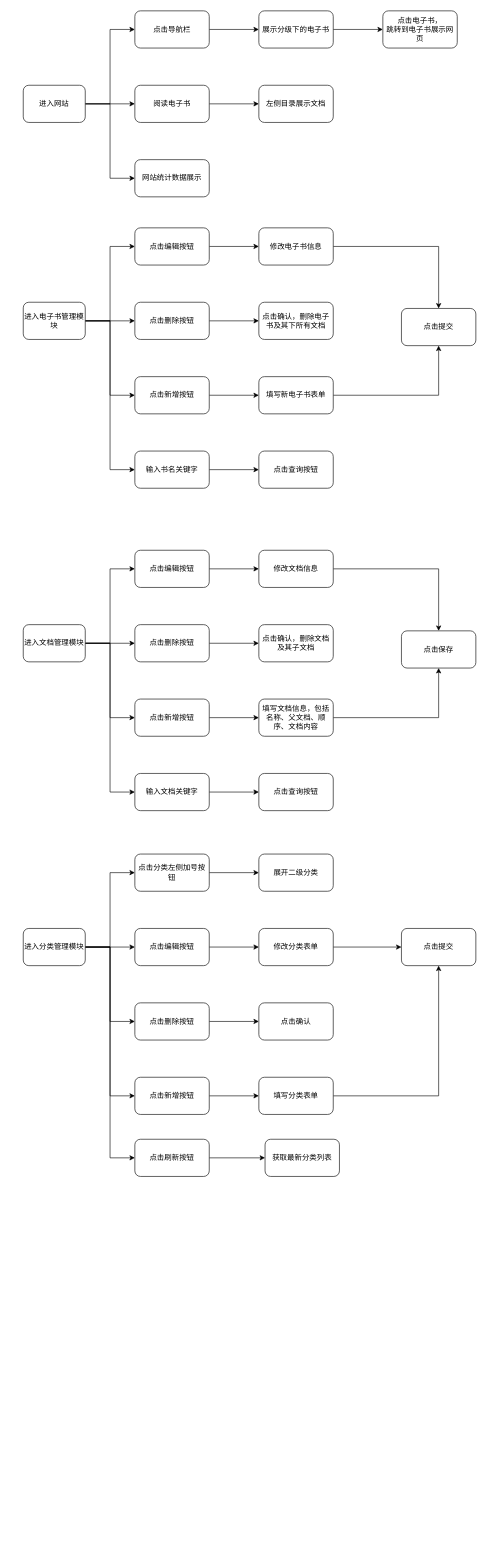
This is 2023-6-21-软工报告4-1.drawio from EM-FF/text, a draw.io file, before an edit. Source tidied: cells renumbered, new cells numbered last; positions are measured from the earlier drawing's top-left corner, leaving out a move shared by most shapes. Both pictures are drawn from the tidied source at 62%, with x=0, y=0 at pixel (23, 11).
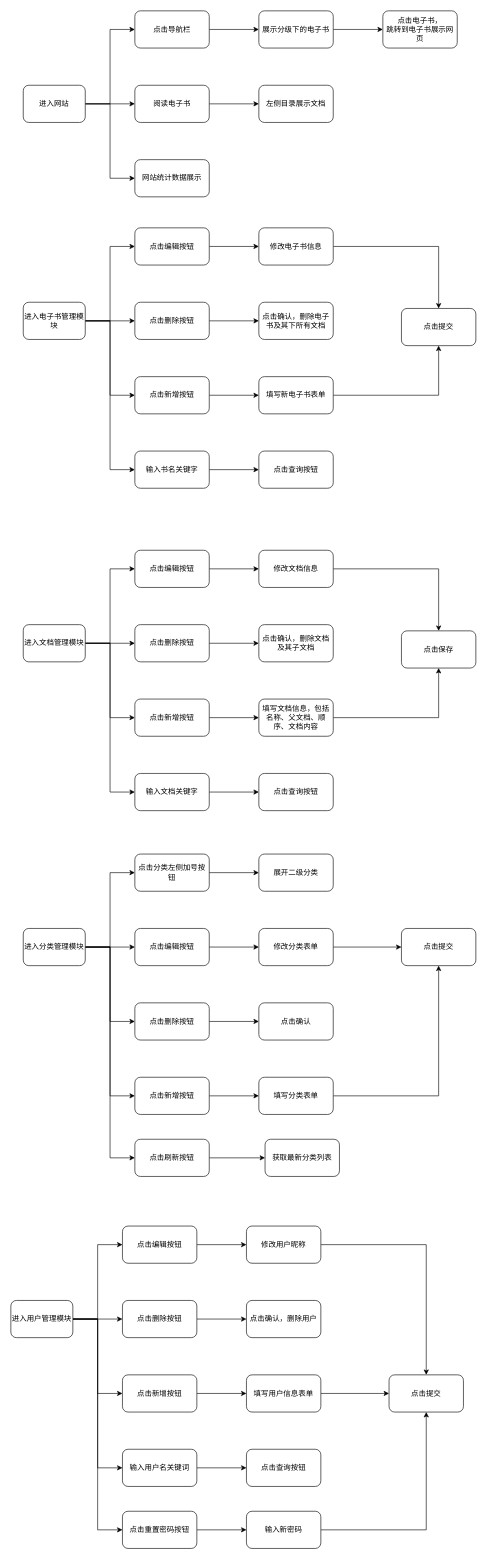
Above is the later version.

Commit message:
更新2023-6-21-软工报告4-1.drawio

What changed in the source:
```diff
@@
+    <mxCell id="79" style="edgeStyle=orthogonalEdgeStyle;rounded=0;jettySize=auto;html=1;entryX=0;entryY=0.5;entryDx=0;entryDy=0;" parent="1" edge="1" source="84" target="86">
+      <mxGeometry relative="1" as="geometry" />
+    </mxCell>
+    <mxCell id="80" style="edgeStyle=orthogonalEdgeStyle;rounded=0;jettySize=auto;html=1;entryX=0;entryY=0.5;entryDx=0;entryDy=0;" parent="1" edge="1" source="84" target="90">
+      <mxGeometry relative="1" as="geometry" />
+    </mxCell>
+    <mxCell id="81" style="edgeStyle=orthogonalEdgeStyle;rounded=0;jettySize=auto;html=1;" parent="1" edge="1" source="84" target="92">
+      <mxGeometry relative="1" as="geometry" />
+    </mxCell>
+    <mxCell id="82" style="edgeStyle=orthogonalEdgeStyle;rounded=0;jettySize=auto;html=1;entryX=0;entryY=0.5;entryDx=0;entryDy=0;" parent="1" edge="1" source="84" target="97">
+      <mxGeometry relative="1" as="geometry" />
+    </mxCell>
+    <mxCell id="83" style="edgeStyle=orthogonalEdgeStyle;rounded=0;jettySize=auto;html=1;entryX=0;entryY=0.5;entryDx=0;entryDy=0;" parent="1" edge="1" source="84" target="101">
+      <mxGeometry relative="1" as="geometry" />
+    </mxCell>
+    <mxCell id="84" value="进入用户管理模块" style="rounded=1;whiteSpace=wrap;html=1;" parent="1" vertex="1">
+      <mxGeometry x="-20" y="2080" width="100" height="60" as="geometry" />
+    </mxCell>
+    <mxCell id="85" style="edgeStyle=orthogonalEdgeStyle;rounded=0;jettySize=auto;html=1;" parent="1" edge="1" source="86" target="88">
+      <mxGeometry relative="1" as="geometry" />
+    </mxCell>
+    <mxCell id="86" value="点击编辑按钮" style="rounded=1;whiteSpace=wrap;html=1;" parent="1" vertex="1">
+      <mxGeometry x="160" y="1960" width="120" height="60" as="geometry" />
+    </mxCell>
+    <mxCell id="87" style="edgeStyle=orthogonalEdgeStyle;rounded=0;jettySize=auto;html=1;entryX=0.5;entryY=0;entryDx=0;entryDy=0;" parent="1" edge="1" source="88" target="99">
+      <mxGeometry relative="1" as="geometry" />
+    </mxCell>
+    <mxCell id="88" value="修改用户昵称" style="whiteSpace=wrap;html=1;rounded=1;" parent="1" vertex="1">
+      <mxGeometry x="360" y="1960" width="120" height="60" as="geometry" />
+    </mxCell>
+    <mxCell id="89" style="edgeStyle=orthogonalEdgeStyle;rounded=0;jettySize=auto;html=1;" parent="1" edge="1" source="90" target="95">
+      <mxGeometry relative="1" as="geometry" />
+    </mxCell>
+    <mxCell id="90" value="点击新增按钮" style="rounded=1;whiteSpace=wrap;html=1;" parent="1" vertex="1">
+      <mxGeometry x="160" y="2200" width="120" height="60" as="geometry" />
+    </mxCell>
+    <mxCell id="91" style="edgeStyle=orthogonalEdgeStyle;rounded=0;jettySize=auto;html=1;" parent="1" edge="1" source="92" target="93">
+      <mxGeometry relative="1" as="geometry" />
+    </mxCell>
+    <mxCell id="92" value="点击删除按钮" style="rounded=1;whiteSpace=wrap;html=1;" parent="1" vertex="1">
+      <mxGeometry x="160" y="2080" width="120" height="60" as="geometry" />
+    </mxCell>
+    <mxCell id="93" value="点击确认，删除用户" style="whiteSpace=wrap;html=1;rounded=1;" parent="1" vertex="1">
+      <mxGeometry x="360" y="2080" width="120" height="60" as="geometry" />
+    </mxCell>
+    <mxCell id="94" style="edgeStyle=orthogonalEdgeStyle;rounded=0;jettySize=auto;html=1;entryX=0;entryY=0.5;entryDx=0;entryDy=0;" parent="1" edge="1" source="95" target="99">
+      <mxGeometry relative="1" as="geometry" />
+    </mxCell>
+    <mxCell id="95" value="填写用户信息表单" style="rounded=1;whiteSpace=wrap;html=1;" parent="1" vertex="1">
+      <mxGeometry x="360" y="2200" width="120" height="60" as="geometry" />
+    </mxCell>
+    <mxCell id="96" style="edgeStyle=orthogonalEdgeStyle;rounded=0;jettySize=auto;html=1;" parent="1" edge="1" source="97" target="98">
+      <mxGeometry relative="1" as="geometry" />
+    </mxCell>
+    <mxCell id="97" value="输入用户名关键词" style="whiteSpace=wrap;html=1;rounded=1;" parent="1" vertex="1">
+      <mxGeometry x="160" y="2320" width="120" height="60" as="geometry" />
+    </mxCell>
+    <mxCell id="98" value="点击查询按钮" style="whiteSpace=wrap;html=1;rounded=1;" parent="1" vertex="1">
+      <mxGeometry x="360" y="2320" width="120" height="60" as="geometry" />
+    </mxCell>
+    <mxCell id="99" value="点击提交" style="rounded=1;whiteSpace=wrap;html=1;" parent="1" vertex="1">
+      <mxGeometry x="590" y="2200" width="120" height="60" as="geometry" />
+    </mxCell>
+    <mxCell id="100" style="edgeStyle=orthogonalEdgeStyle;rounded=0;jettySize=auto;html=1;" parent="1" edge="1" source="101" target="103">
+      <mxGeometry relative="1" as="geometry" />
+    </mxCell>
+    <mxCell id="101" value="点击重置密码按钮" style="whiteSpace=wrap;html=1;rounded=1;" parent="1" vertex="1">
+      <mxGeometry x="160" y="2420" width="120" height="60" as="geometry" />
+    </mxCell>
+    <mxCell id="102" style="edgeStyle=orthogonalEdgeStyle;rounded=0;jettySize=auto;html=1;entryX=0.5;entryY=1;entryDx=0;entryDy=0;" parent="1" edge="1" source="103" target="99">
+      <mxGeometry relative="1" as="geometry" />
+    </mxCell>
+    <mxCell id="103" value="输入新密码" style="whiteSpace=wrap;html=1;rounded=1;" parent="1" vertex="1">
+      <mxGeometry x="360" y="2420" width="120" height="60" as="geometry" />
+    </mxCell>
```
